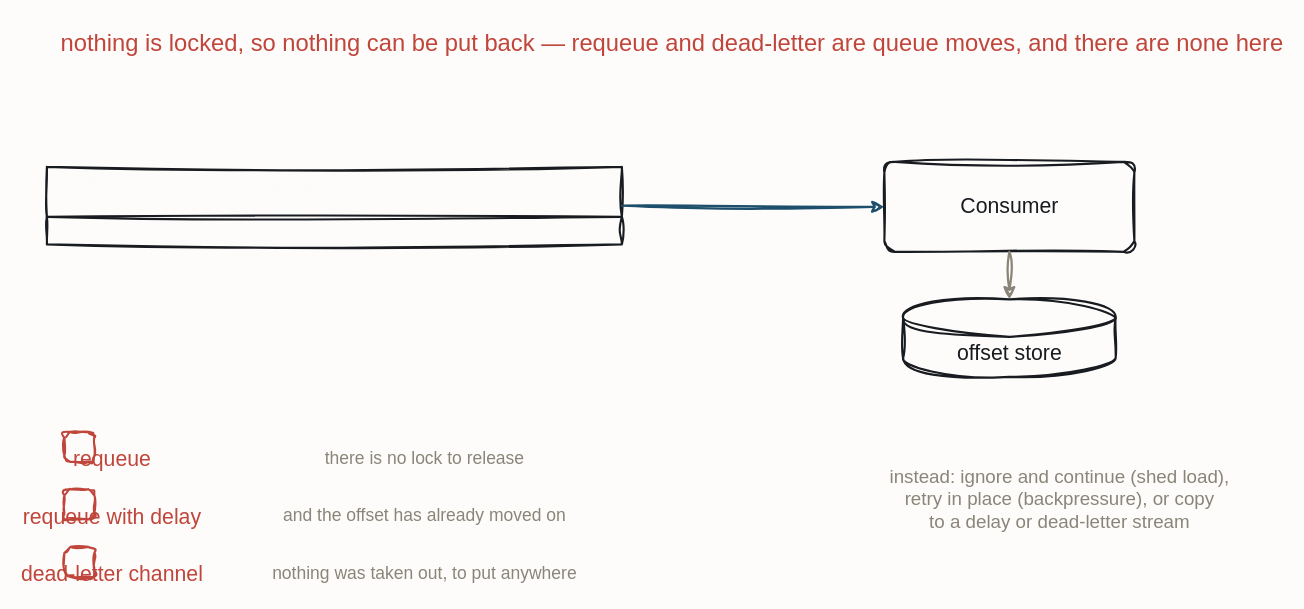
iancooper/practical-messaging keeps this draw.io diagram as resources/qs-stream-no-requeue.drawio. Above is the earlier version. Source tidied: cells renumbered, new cells numbered last; positions are measured from the earlier drawing's top-left corner, leaving out a move shared by most shapes. Both pictures are drawn from the tidied source at 125%, with x=0, y=0 at pixel (36, 21).
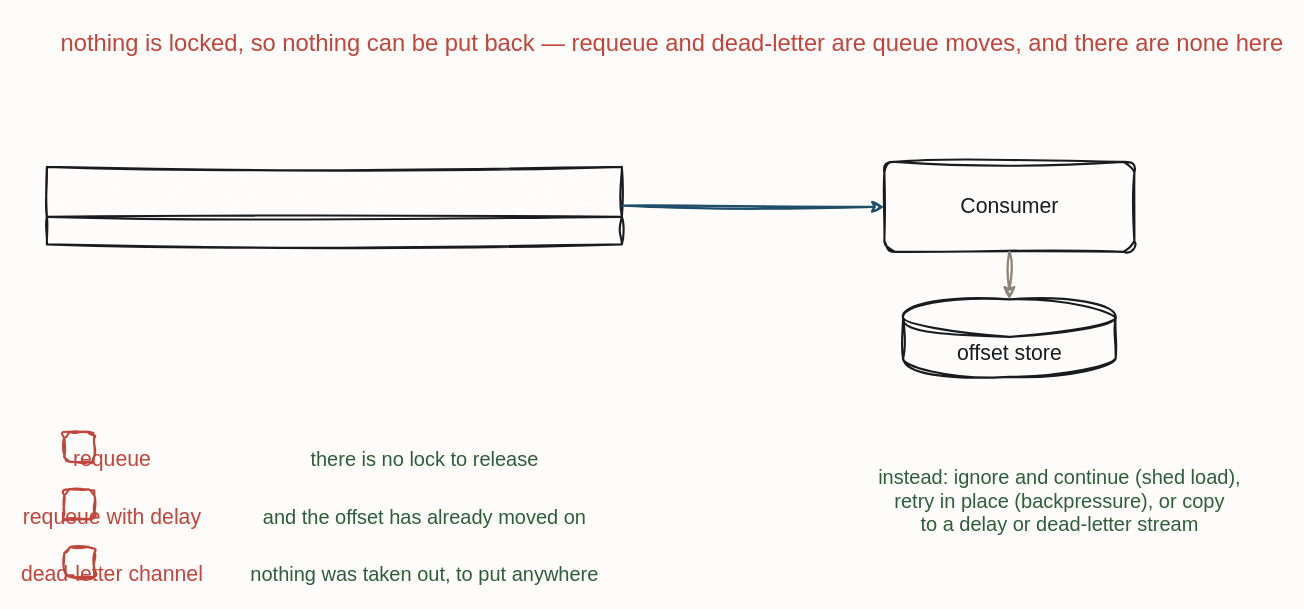
After the change.

What changed in the source:
```diff
@@
 <mxGraphModel background="#FDFCFA">
   <root>
     <mxCell id="0" />
     <mxCell id="1" parent="0" />
     <mxCell id="2" value="nothing is locked, so nothing can be put back — requeue and dead-letter are queue moves, and there are none here" style="text;html=1;align=center;fontFamily=Caveat;fontSize=19;fontColor=#C0453B;" parent="1" vertex="1">
       <mxGeometry x="448" width="120" height="20" as="geometry" />
     </mxCell>
     <mxCell id="3" style="sketch=1;hachureGap=4;jiggle=2;curveFitting=1;fontFamily=Caveat;html=1;shape=table;childLayout=tableLayout;verticalLabelPosition=bottom;verticalAlign=top;strokeColor=#181B1F;strokeWidth=1.7;fillColor=#FDFCFA;fontColor=#181B1F;fontSize=17;" parent="1" vertex="1">
       <mxGeometry x="8" y="116" width="460" height="62" as="geometry" />
     </mxCell>
     <mxCell id="4" value="Consumer" style="sketch=1;hachureGap=4;jiggle=2;curveFitting=1;fontFamily=Caveat;html=1;rounded=1;arcSize=12;strokeColor=#181B1F;strokeWidth=1.7;fillColor=none;fontColor=#181B1F;fontSize=17;" parent="1" vertex="1">
       <mxGeometry x="678" y="112" width="200" height="72" as="geometry" />
     </mxCell>
     <mxCell id="5" value="offset store" style="sketch=1;hachureGap=4;jiggle=2;curveFitting=1;fontFamily=Caveat;html=1;shape=cylinder3;boundedLbl=1;backgroundOutline=1;strokeColor=#181B1F;strokeWidth=1.7;fillColor=none;fontColor=#181B1F;fontSize=17;" parent="1" vertex="1">
       <mxGeometry x="693" y="222" width="170" height="62" as="geometry" />
     </mxCell>
     <mxCell id="6" style="sketch=1;hachureGap=4;jiggle=2;curveFitting=1;fontFamily=Caveat;html=1;rounded=1;arcSize=20;verticalLabelPosition=bottom;verticalAlign=top;strokeColor=#C0453B;strokeWidth=1.7;fillColor=#FDFCFA;fontColor=#C0453B;fontSize=12;" parent="1" vertex="1">
       <mxGeometry x="22" y="328" width="24" height="24" as="geometry" />
     </mxCell>
     <mxCell id="7" value="requeue" style="text;html=1;align=center;fontFamily=Caveat;fontSize=17;fontColor=#C0453B;" parent="1" vertex="1">
       <mxGeometry y="334" width="120" height="20" as="geometry" />
     </mxCell>
-    <mxCell id="8" value="there is no lock to release" style="text;html=1;align=center;fontFamily=Caveat;fontSize=14;fontColor=#8A8578;" parent="1" vertex="1">
+    <mxCell id="8" value="there is no lock to release" style="text;html=1;align=center;fontFamily=Caveat;fontSize=16;fontColor=#2F5D3A;" parent="1" vertex="1">
       <mxGeometry x="250" y="334" width="120" height="20" as="geometry" />
     </mxCell>
     <mxCell id="9" style="sketch=1;hachureGap=4;jiggle=2;curveFitting=1;fontFamily=Caveat;html=1;rounded=1;arcSize=20;verticalLabelPosition=bottom;verticalAlign=top;strokeColor=#C0453B;strokeWidth=1.7;fillColor=#FDFCFA;fontColor=#C0453B;fontSize=12;" parent="1" vertex="1">
       <mxGeometry x="22" y="374" width="24" height="24" as="geometry" />
     </mxCell>
     <mxCell id="10" value="requeue with delay" style="text;html=1;align=center;fontFamily=Caveat;fontSize=17;fontColor=#C0453B;" parent="1" vertex="1">
       <mxGeometry y="380" width="120" height="20" as="geometry" />
     </mxCell>
-    <mxCell id="11" value="and the offset has already moved on" style="text;html=1;align=center;fontFamily=Caveat;fontSize=14;fontColor=#8A8578;" parent="1" vertex="1">
+    <mxCell id="11" value="and the offset has already moved on" style="text;html=1;align=center;fontFamily=Caveat;fontSize=16;fontColor=#2F5D3A;" parent="1" vertex="1">
       <mxGeometry x="250" y="380" width="120" height="20" as="geometry" />
     </mxCell>
     <mxCell id="12" style="sketch=1;hachureGap=4;jiggle=2;curveFitting=1;fontFamily=Caveat;html=1;rounded=1;arcSize=20;verticalLabelPosition=bottom;verticalAlign=top;strokeColor=#C0453B;strokeWidth=1.7;fillColor=#FDFCFA;fontColor=#C0453B;fontSize=12;" parent="1" vertex="1">
       <mxGeometry x="22" y="420" width="24" height="24" as="geometry" />
     </mxCell>
     <mxCell id="13" value="dead-letter channel" style="text;html=1;align=center;fontFamily=Caveat;fontSize=17;fontColor=#C0453B;" parent="1" vertex="1">
       <mxGeometry y="426" width="120" height="20" as="geometry" />
     </mxCell>
-    <mxCell id="14" value="nothing was taken out, to put anywhere" style="text;html=1;align=center;fontFamily=Caveat;fontSize=14;fontColor=#8A8578;" parent="1" vertex="1">
+    <mxCell id="14" value="nothing was taken out, to put anywhere" style="text;html=1;align=center;fontFamily=Caveat;fontSize=16;fontColor=#2F5D3A;" parent="1" vertex="1">
       <mxGeometry x="250" y="426" width="120" height="20" as="geometry" />
     </mxCell>
-    <mxCell id="15" value="instead: ignore and continue (shed load),&#10;retry in place (backpressure), or copy&#10;to a delay or dead-letter stream" style="text;html=1;align=center;fontFamily=Caveat;fontSize=15;fontColor=#8A8578;" parent="1" vertex="1">
+    <mxCell id="15" value="instead: ignore and continue (shed load),&#10;retry in place (backpressure), or copy&#10;to a delay or dead-letter stream" style="text;html=1;align=center;fontFamily=Caveat;fontSize=16;fontColor=#2F5D3A;" parent="1" vertex="1">
       <mxGeometry x="758" y="348" width="120" height="20" as="geometry" />
     </mxCell>
     <mxCell id="16" style="sketch=1;jiggle=2;curveFitting=1;edgeStyle=none;rounded=0;strokeColor=#1D4E6B;strokeWidth=1.8;fontFamily=Caveat;fontSize=17;fontColor=#1D4E6B;html=1;exitX=1.0;exitY=0.5;exitDx=0;exitDy=0;entryX=0.0;entryY=0.5;entryDx=0;entryDy=0;" parent="1" edge="1" source="3" target="4">
       <mxGeometry relative="1" as="geometry" />
     </mxCell>
-    <mxCell id="17" style="sketch=1;jiggle=2;curveFitting=1;edgeStyle=none;rounded=0;strokeColor=#8A8578;strokeWidth=1.8;fontFamily=Caveat;fontSize=17;fontColor=#8A8578;html=1;exitX=0.5;exitY=1.0;exitDx=0;exitDy=0;entryX=0.5;entryY=0.0;entryDx=0;entryDy=0;" parent="1" edge="1" source="4" target="5">
+    <mxCell id="17" style="sketch=1;jiggle=2;curveFitting=1;edgeStyle=none;rounded=0;strokeColor=#8A8578;strokeWidth=1.8;fontFamily=Caveat;fontSize=17;fontColor=#2F5D3A;html=1;exitX=0.5;exitY=1.0;exitDx=0;exitDy=0;entryX=0.5;entryY=0.0;entryDx=0;entryDy=0;" parent="1" edge="1" source="4" target="5">
       <mxGeometry relative="1" as="geometry" />
     </mxCell>
   </root>
 </mxGraphModel>
```
